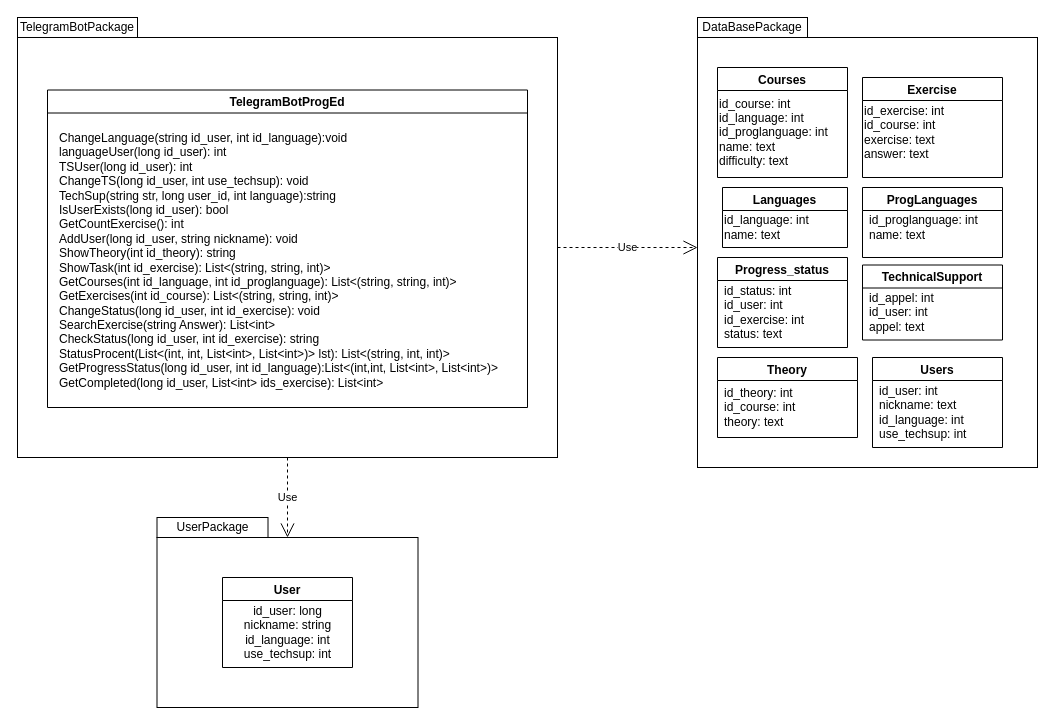
Earlier version of the draw.io diagram Диаграмма без названия.drawio (13lyvnyv/TgBot-ProgEd). Source tidied: cells renumbered, new cells numbered last; positions are measured from the earlier drawing's top-left corner, leaving out a move shared by most shapes. Both pictures are drawn from the tidied source at 100%, with x=0, y=0 at pixel (17, 17).
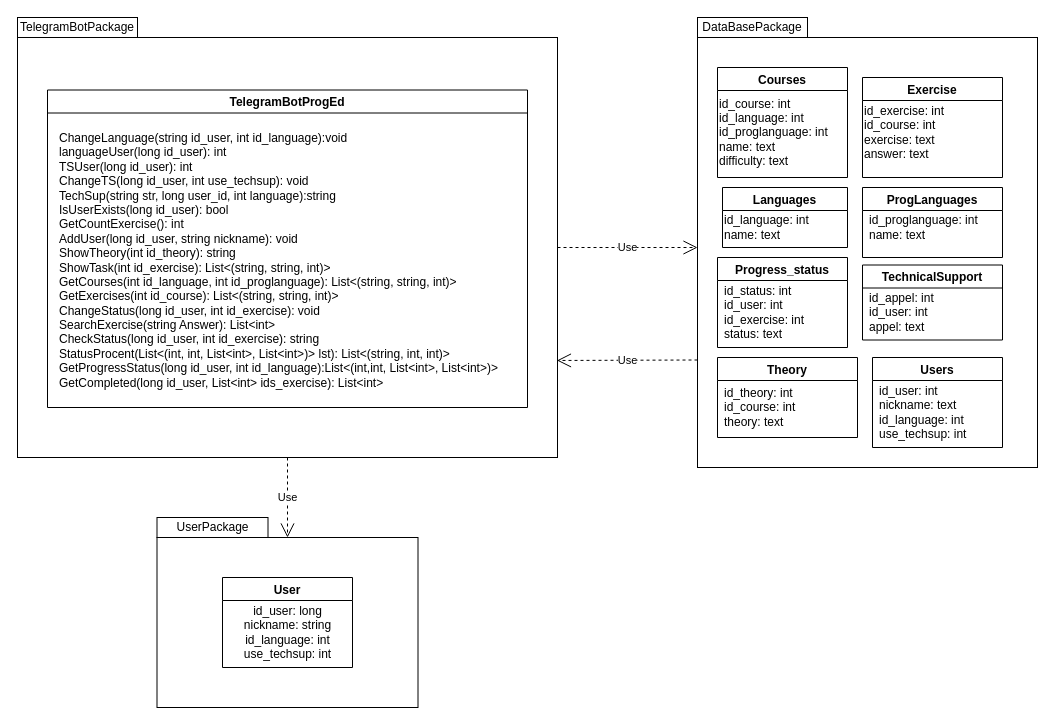
The same page after the edit.

Unchanged cells that the change refers to:
```xml
<mxCell id="2" style="rounded=0;whiteSpace=wrap;html=1;" parent="1" vertex="1">
  <mxGeometry x="680" y="20" width="340" height="430" as="geometry" />
</mxCell>
<mxCell id="3" style="rounded=0;whiteSpace=wrap;html=1;" parent="1" vertex="1">
  <mxGeometry y="20" width="540" height="420" as="geometry" />
</mxCell>
```

The edit, as a diff of the source:
```diff
@@
+    <mxCell id="30" value="Use" style="endArrow=open;endSize=12;dashed=1;html=1;rounded=0;exitX=0;exitY=0.75;exitDx=0;exitDy=0;entryX=0.999;entryY=0.769;entryDx=0;entryDy=0;entryPerimeter=0;" parent="1" edge="1" source="2" target="3">
+      <mxGeometry relative="1" as="geometry" />
+    </mxCell>
```
